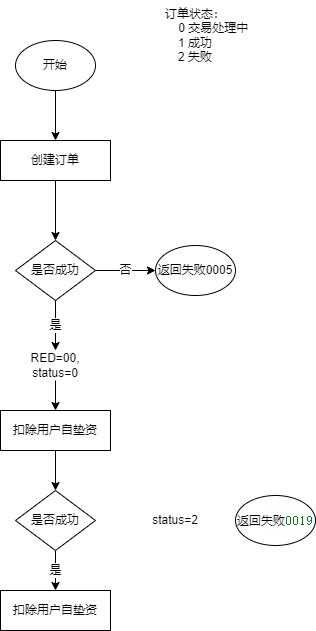
The draw.io diagram 厦门国际代付订单状态流转.drawio.png in songyibo2019/mydiagrams, before a commit. Source tidied: cells renumbered, new cells last; positions are measured from the earlier drawing's top-left corner, leaving out a move shared by most shapes. Its diagram source:
```xml
<mxGraphModel>
  <root>
    <mxCell id="0" />
    <mxCell id="1" parent="0" />
    <mxCell id="2" style="edgeStyle=orthogonalEdgeStyle;rounded=0;jettySize=auto;html=1;exitX=0.5;exitY=1;exitDx=0;exitDy=0;entryX=0.5;entryY=0;entryDx=0;entryDy=0;" parent="1" edge="1" source="3" target="8">
      <mxGeometry relative="1" as="geometry" />
    </mxCell>
    <mxCell id="3" value="开始" style="ellipse;whiteSpace=wrap;html=1;" parent="1" vertex="1">
      <mxGeometry x="15" y="40" width="80" height="50" as="geometry" />
    </mxCell>
    <mxCell id="4" value="是" style="edgeStyle=orthogonalEdgeStyle;rounded=0;jettySize=auto;html=1;" parent="1" edge="1" source="6">
      <mxGeometry relative="1" as="geometry">
        <mxPoint x="55" y="350" as="targetPoint" />
      </mxGeometry>
    </mxCell>
    <mxCell id="5" value="否" style="edgeStyle=orthogonalEdgeStyle;rounded=0;jettySize=auto;html=1;exitX=1;exitY=0.5;exitDx=0;exitDy=0;entryX=0;entryY=0.5;entryDx=0;entryDy=0;" parent="1" edge="1" source="6" target="11">
      <mxGeometry relative="1" as="geometry" />
    </mxCell>
    <mxCell id="6" value="是否成功" style="rhombus;whiteSpace=wrap;html=1;" parent="1" vertex="1">
      <mxGeometry x="15" y="240" width="80" height="60" as="geometry" />
    </mxCell>
    <mxCell id="7" style="edgeStyle=orthogonalEdgeStyle;rounded=0;jettySize=auto;html=1;exitX=0.5;exitY=1;exitDx=0;exitDy=0;entryX=0.5;entryY=0;entryDx=0;entryDy=0;" parent="1" edge="1" source="8" target="6">
      <mxGeometry relative="1" as="geometry" />
    </mxCell>
    <mxCell id="8" value="创建订单" style="rounded=0;whiteSpace=wrap;html=1;" parent="1" vertex="1">
      <mxGeometry y="140" width="110" height="40" as="geometry" />
    </mxCell>
    <mxCell id="9" style="edgeStyle=orthogonalEdgeStyle;rounded=0;jettySize=auto;html=1;exitX=0.5;exitY=1;exitDx=0;exitDy=0;entryX=0.5;entryY=0;entryDx=0;entryDy=0;" parent="1" edge="1" source="10" target="15">
      <mxGeometry relative="1" as="geometry" />
    </mxCell>
    <mxCell id="10" value="扣除用户自垫资" style="rounded=0;whiteSpace=wrap;html=1;" parent="1" vertex="1">
      <mxGeometry y="410" width="110" height="40" as="geometry" />
    </mxCell>
    <mxCell id="11" value="返回失败0005" style="ellipse;whiteSpace=wrap;html=1;" parent="1" vertex="1">
      <mxGeometry x="155" y="245" width="80" height="50" as="geometry" />
    </mxCell>
    <mxCell id="12" style="edgeStyle=orthogonalEdgeStyle;rounded=0;jettySize=auto;html=1;exitX=0.5;exitY=1;exitDx=0;exitDy=0;entryX=0.5;entryY=0;entryDx=0;entryDy=0;" parent="1" edge="1" source="13" target="10">
      <mxGeometry relative="1" as="geometry" />
    </mxCell>
    <mxCell id="13" value="RED=00,&lt;br&gt;status=0" style="text;html=1;strokeColor=none;fillColor=none;align=center;verticalAlign=middle;whiteSpace=wrap;rounded=0;" parent="1" vertex="1">
      <mxGeometry x="25" y="350" width="60" height="30" as="geometry" />
    </mxCell>
    <mxCell id="14" value="是" style="edgeStyle=orthogonalEdgeStyle;rounded=0;jettySize=auto;html=1;exitX=0.5;exitY=1;exitDx=0;exitDy=0;" parent="1" edge="1" source="15" target="17">
      <mxGeometry relative="1" as="geometry" />
    </mxCell>
    <mxCell id="15" value="是否成功" style="rhombus;whiteSpace=wrap;html=1;" parent="1" vertex="1">
      <mxGeometry x="15" y="490" width="80" height="60" as="geometry" />
    </mxCell>
    <mxCell id="16" value="返回失败&lt;span style=&quot;color: rgb(6 , 125 , 23) ; background-color: rgb(255 , 255 , 255) ; font-family: &amp;#34;jetbrains mono&amp;#34; , monospace ; font-size: 9.8pt&quot;&gt;0019&lt;/span&gt;" style="ellipse;whiteSpace=wrap;html=1;" parent="1" vertex="1">
      <mxGeometry x="235" y="495" width="80" height="50" as="geometry" />
    </mxCell>
    <mxCell id="17" value="扣除用户自垫资" style="rounded=0;whiteSpace=wrap;html=1;" parent="1" vertex="1">
      <mxGeometry y="590" width="110" height="40" as="geometry" />
    </mxCell>
    <mxCell id="18" value="status=2" style="text;html=1;strokeColor=none;fillColor=none;align=center;verticalAlign=middle;whiteSpace=wrap;rounded=0;" parent="1" vertex="1">
      <mxGeometry x="145" y="505" width="60" height="30" as="geometry" />
    </mxCell>
    <mxCell id="19" value="订单状态：&lt;br&gt;&amp;nbsp; &amp;nbsp; &amp;nbsp; &amp;nbsp; &amp;nbsp; &amp;nbsp;0 交易处理中&lt;br&gt;1 成功&lt;br&gt;2 失败" style="text;html=1;strokeColor=none;fillColor=none;align=center;verticalAlign=middle;whiteSpace=wrap;rounded=0;" parent="1" vertex="1">
      <mxGeometry x="135" width="120" height="70" as="geometry" />
    </mxCell>
  </root>
</mxGraphModel>
```
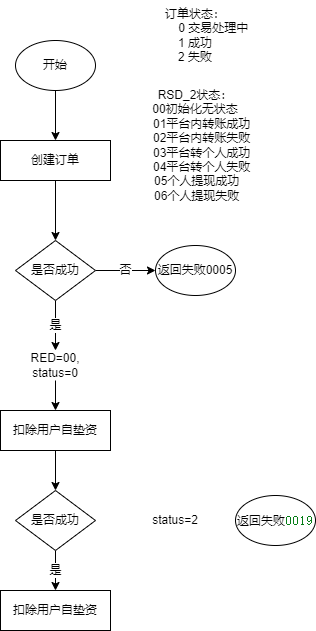
Later version of the same file.

Commit message:
Update 厦门国际代付订单状态流转.drawio.png

The edit, as a diff of the source:
```diff
@@ -58,5 +58,8 @@
     <mxCell id="19" value="订单状态：&lt;br&gt;&amp;nbsp; &amp;nbsp; &amp;nbsp; &amp;nbsp; &amp;nbsp; &amp;nbsp;0 交易处理中&lt;br&gt;1 成功&lt;br&gt;2 失败" style="text;html=1;strokeColor=none;fillColor=none;align=center;verticalAlign=middle;whiteSpace=wrap;rounded=0;" parent="1" vertex="1">
       <mxGeometry x="135" width="120" height="70" as="geometry" />
     </mxCell>
+    <mxCell id="20" value="&lt;div&gt;RSD_2状态：&lt;/div&gt;&lt;div&gt;00初始化无状态&lt;/div&gt;&lt;div&gt;&amp;nbsp; &amp;nbsp; 01平台内转账成功&lt;/div&gt;&lt;div&gt;&amp;nbsp; &amp;nbsp; 02平台内转账失败&lt;/div&gt;&lt;div&gt;&amp;nbsp; &amp;nbsp; 03平台转个人成功&lt;/div&gt;&lt;div&gt;&amp;nbsp; &amp;nbsp; 04平台转个人失败&lt;/div&gt;&lt;div&gt;&amp;nbsp;05个人提现成功&lt;/div&gt;&lt;div&gt;&amp;nbsp;06个人提现失败&lt;/div&gt;" style="text;html=1;strokeColor=none;fillColor=none;align=center;verticalAlign=middle;whiteSpace=wrap;rounded=0;" parent="1" vertex="1">
+      <mxGeometry x="135" y="80" width="120" height="130" as="geometry" />
+    </mxCell>
   </root>
 </mxGraphModel>
```
